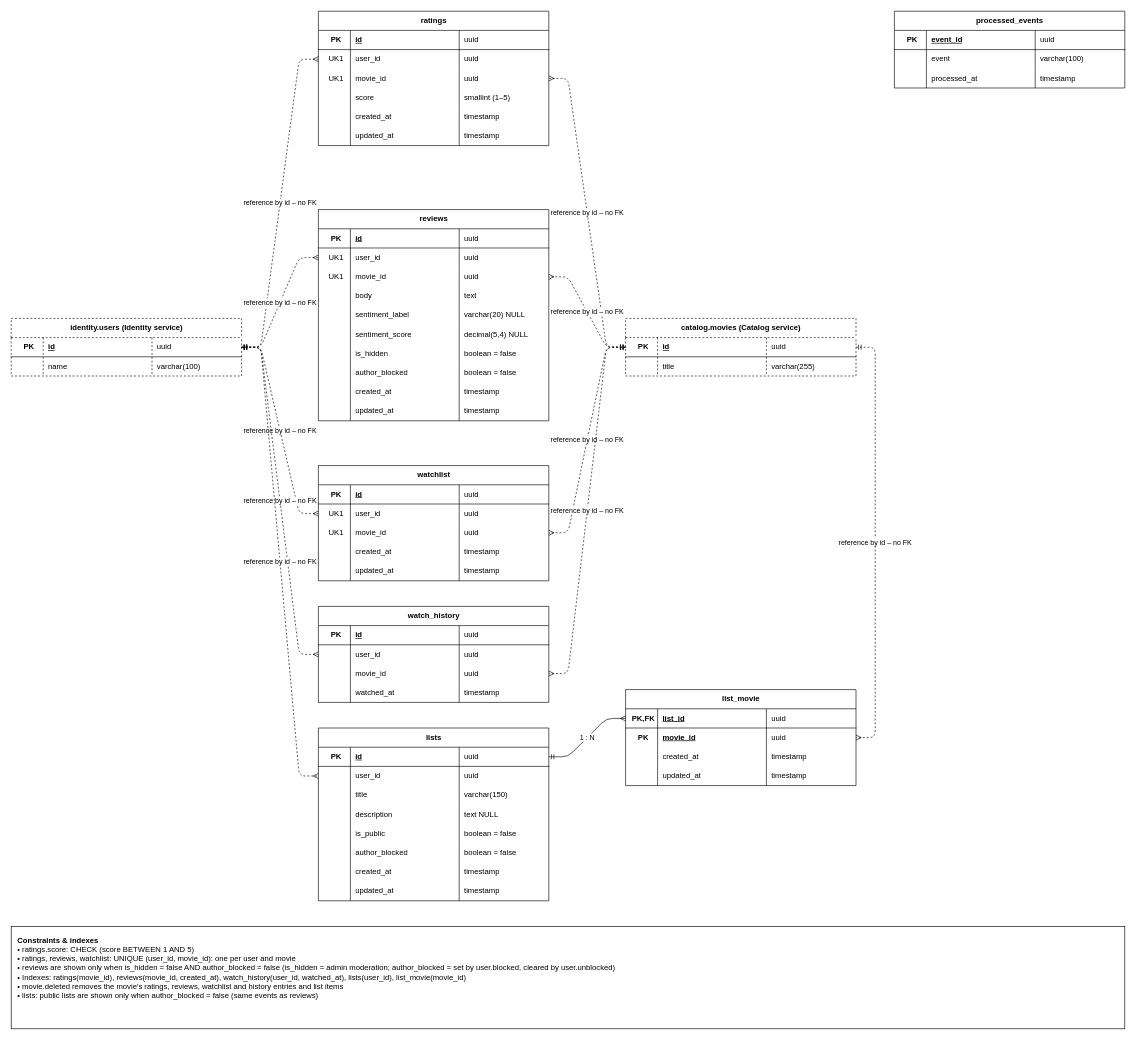
The draw.io diagram docs/erd/engagement-erd.drawio in MariaMakary/MoviePlatform, before the edit. Source tidied: cells renumbered, new cells numbered last; positions are measured from the earlier drawing's top-left corner, leaving out a move shared by most shapes. Both pictures are drawn from the tidied source at 64%, with x=0, y=0 at pixel (11, 11).
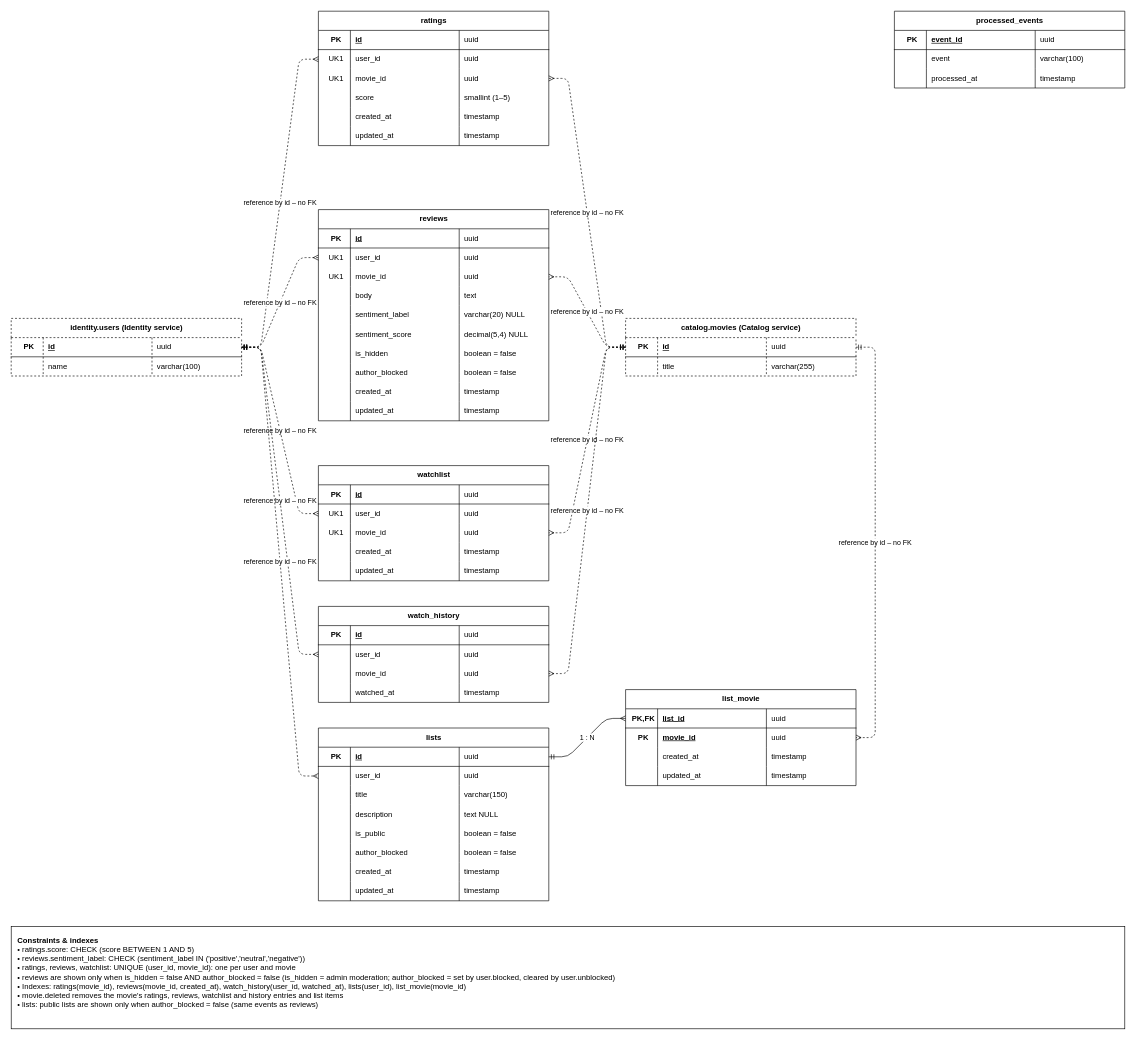
The same page after the edit.

Diff of the diagram source:
```diff
@@
-    <mxCell id="198" value="&lt;b&gt;Constraints &amp;amp; indexes&lt;/b&gt;&lt;br&gt;• ratings.score: CHECK (score BETWEEN 1 AND 5)&lt;br&gt;• ratings, reviews, watchlist: UNIQUE (user_id, movie_id): one per user and movie&lt;br&gt;• reviews are shown only when is_hidden = false AND author_blocked = false (is_hidden = admin moderation; author_blocked = set by user.blocked, cleared by user.unblocked)&lt;br&gt;• Indexes: ratings(movie_id), reviews(movie_id, created_at), watch_history(user_id, watched_at), lists(user_id), list_movie(movie_id)&lt;br&gt;• movie.deleted removes the movie&amp;#39;s ratings, reviews, watchlist and history entries and list items&lt;br&gt;• lists: public lists are shown only when author_blocked = false (same events as reviews)" style="rounded=0;whiteSpace=wrap;html=1;align=left;verticalAlign=top;spacing=10;fillColor=#FFFFFF;strokeColor=#000000;fontColor=#000000;fontFamily=Arial;fontSize=12;" parent="1" vertex="1">
+    <mxCell id="198" value="&lt;b&gt;Constraints &amp;amp; indexes&lt;/b&gt;&lt;br&gt;• ratings.score: CHECK (score BETWEEN 1 AND 5)&lt;br&gt;• reviews.sentiment_label: CHECK (sentiment_label IN (&amp;#39;positive&amp;#39;,&amp;#39;neutral&amp;#39;,&amp;#39;negative&amp;#39;))&lt;br&gt;• ratings, reviews, watchlist: UNIQUE (user_id, movie_id): one per user and movie&lt;br&gt;• reviews are shown only when is_hidden = false AND author_blocked = false (is_hidden = admin moderation; author_blocked = set by user.blocked, cleared by user.unblocked)&lt;br&gt;• Indexes: ratings(movie_id), reviews(movie_id, created_at), watch_history(user_id, watched_at), lists(user_id), list_movie(movie_id)&lt;br&gt;• movie.deleted removes the movie&amp;#39;s ratings, reviews, watchlist and history entries and list items&lt;br&gt;• lists: public lists are shown only when author_blocked = false (same events as reviews)" style="rounded=0;whiteSpace=wrap;html=1;align=left;verticalAlign=top;spacing=10;fillColor=#FFFFFF;strokeColor=#000000;fontColor=#000000;fontFamily=Arial;fontSize=12;" parent="1" vertex="1">
       <mxGeometry y="1430" width="1740" height="160" as="geometry" />
     </mxCell>
```
